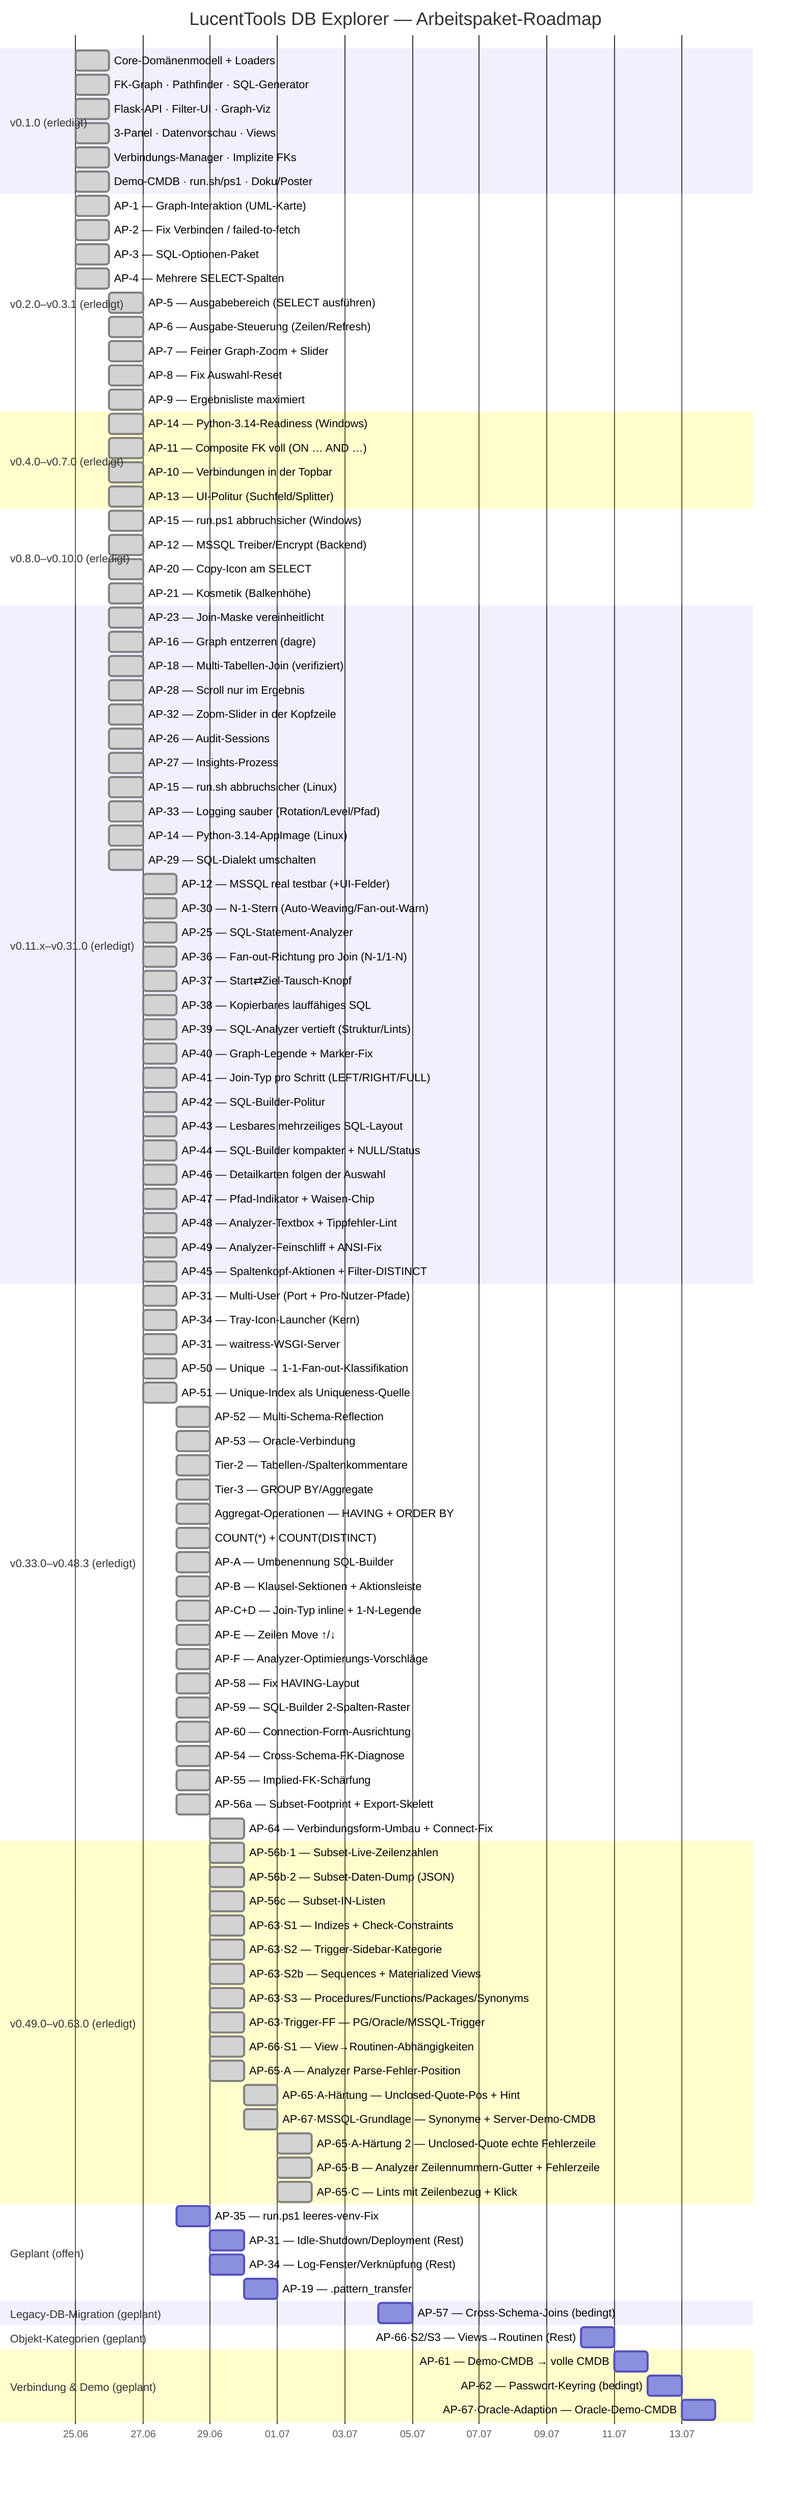
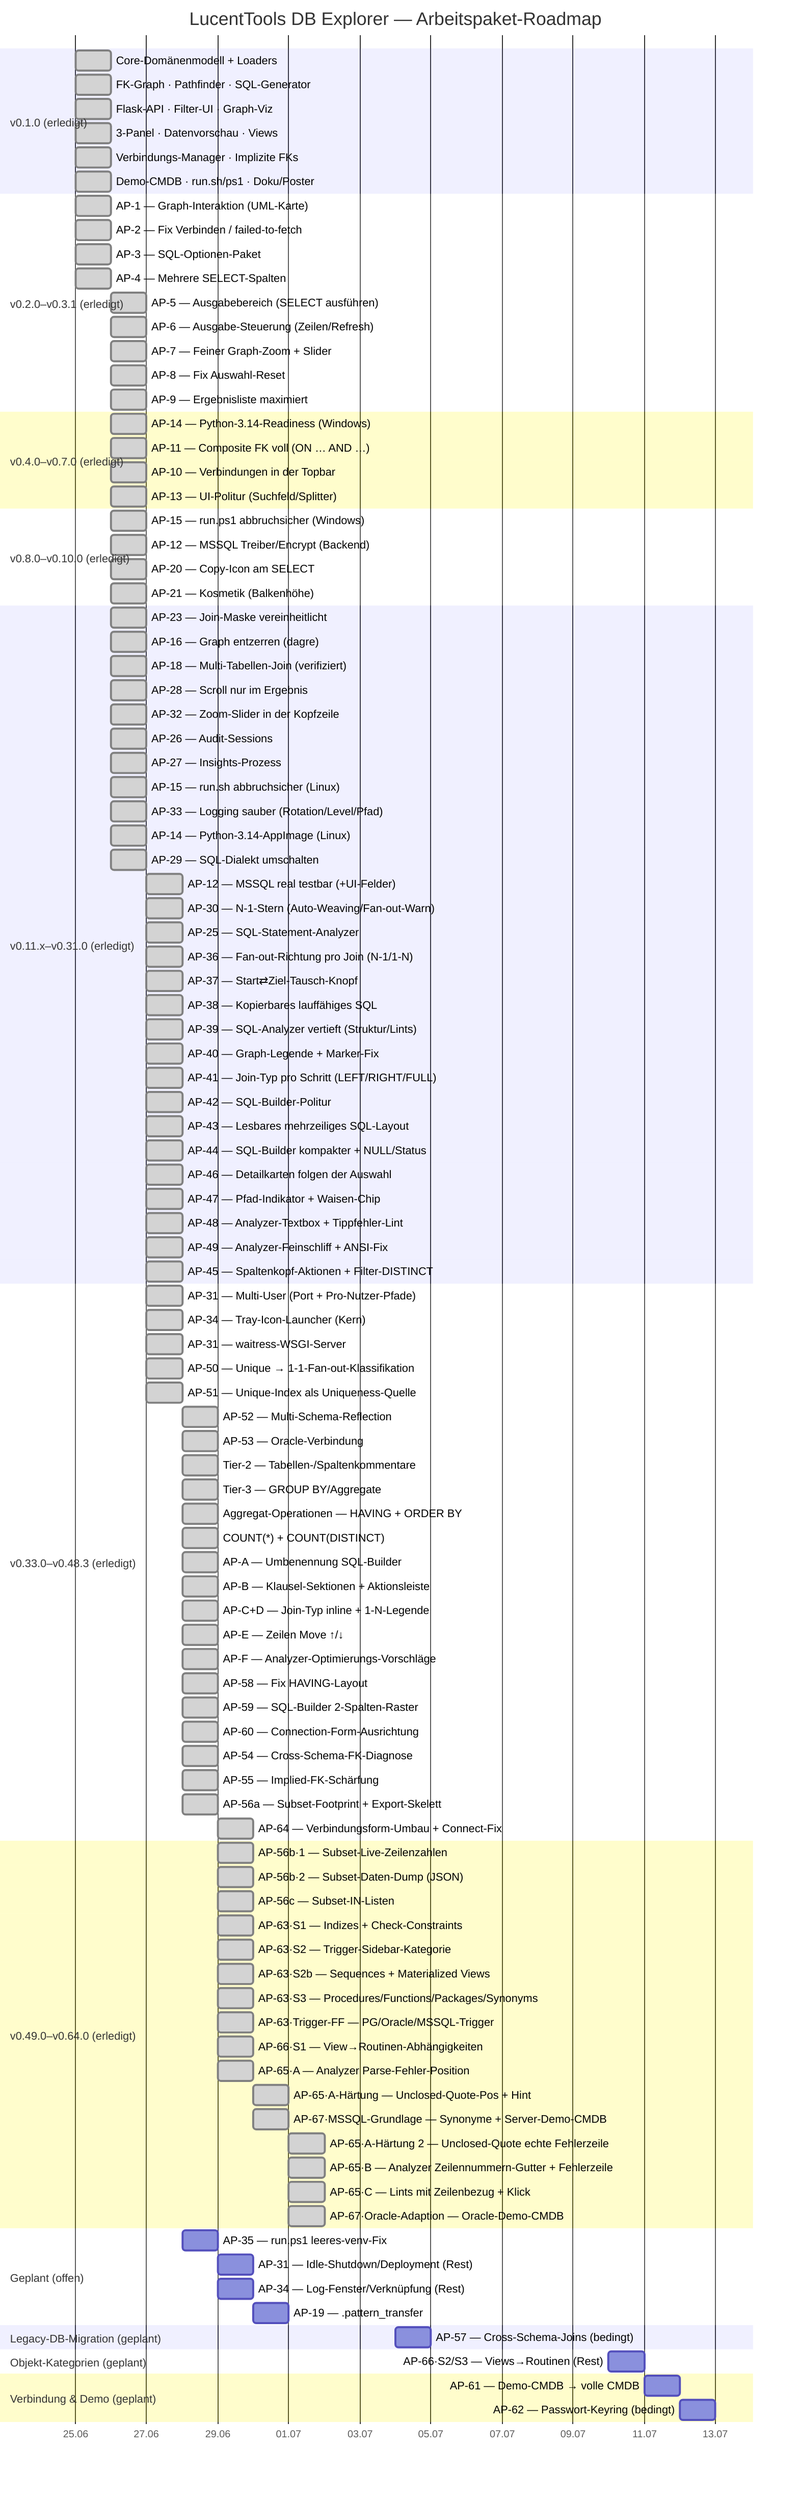
gantt
    title LucentTools DB Explorer — Arbeitspaket-Roadmap
    dateFormat  YYYY-MM-DD
    axisFormat  %d.%m

    section v0.1.0 (erledigt)
    Core-Domänenmodell + Loaders          :done, d1, 2026-06-25, 1d
    FK-Graph · Pathfinder · SQL-Generator :done, d2, 2026-06-25, 1d
    Flask-API · Filter-UI · Graph-Viz     :done, d3, 2026-06-25, 1d
    3-Panel · Datenvorschau · Views       :done, d4, 2026-06-25, 1d
    Verbindungs-Manager · Implizite FKs   :done, d5, 2026-06-25, 1d
    Demo-CMDB · run.sh/ps1 · Doku/Poster  :done, d6, 2026-06-25, 1d

    section v0.2.0–v0.3.1 (erledigt)
    AP-1 — Graph-Interaktion (UML-Karte)        :done, a1, 2026-06-25, 1d
    AP-2 — Fix Verbinden / failed-to-fetch      :done, a2, 2026-06-25, 1d
    AP-3 — SQL-Optionen-Paket                   :done, a3, 2026-06-25, 1d
    AP-4 — Mehrere SELECT-Spalten               :done, a4, 2026-06-25, 1d
    AP-5 — Ausgabebereich (SELECT ausführen)    :done, a5, 2026-06-26, 1d
    AP-6 — Ausgabe-Steuerung (Zeilen/Refresh)   :done, a6, 2026-06-26, 1d
    AP-7 — Feiner Graph-Zoom + Slider           :done, a7, 2026-06-26, 1d
    AP-8 — Fix Auswahl-Reset                    :done, a8, 2026-06-26, 1d
    AP-9 — Ergebnisliste maximiert              :done, a9, 2026-06-26, 1d

    section v0.4.0–v0.7.0 (erledigt)
    AP-14 — Python-3.14-Readiness (Windows)     :done, b1, 2026-06-26, 1d
    AP-11 — Composite FK voll (ON … AND …)      :done, b2, 2026-06-26, 1d
    AP-10 — Verbindungen in der Topbar          :done, b3, 2026-06-26, 1d
    AP-13 — UI-Politur (Suchfeld/Splitter)      :done, b4, 2026-06-26, 1d

    section v0.8.0–v0.10.0 (erledigt)
    AP-15 — run.ps1 abbruchsicher (Windows)     :done, c1, 2026-06-26, 1d
    AP-12 — MSSQL Treiber/Encrypt (Backend)     :done, c2, 2026-06-26, 1d
    AP-20 — Copy-Icon am SELECT                 :done, c3, 2026-06-26, 1d
    AP-21 — Kosmetik (Balkenhöhe)               :done, c4, 2026-06-26, 1d

    section v0.11.x–v0.31.0 (erledigt)
    AP-23 — Join-Maske vereinheitlicht          :done, e1, 2026-06-26, 1d
    AP-16 — Graph entzerren (dagre)             :done, e2, 2026-06-26, 1d
    AP-18 — Multi-Tabellen-Join (verifiziert)   :done, e3, 2026-06-26, 1d
    AP-28 — Scroll nur im Ergebnis              :done, e4, 2026-06-26, 1d
    AP-32 — Zoom-Slider in der Kopfzeile        :done, e5, 2026-06-26, 1d
    AP-26 — Audit-Sessions                      :done, e6, 2026-06-26, 1d
    AP-27 — Insights-Prozess                    :done, e7, 2026-06-26, 1d
    AP-15 — run.sh abbruchsicher (Linux)        :done, e8, 2026-06-26, 1d
    AP-33 — Logging sauber (Rotation/Level/Pfad) :done, e9, 2026-06-26, 1d
    AP-14 — Python-3.14-AppImage (Linux)         :done, e10, 2026-06-26, 1d
    AP-29 — SQL-Dialekt umschalten               :done, e11, 2026-06-26, 1d
    AP-12 — MSSQL real testbar (+UI-Felder)      :done, e12, 2026-06-27, 1d
    AP-30 — N-1-Stern (Auto-Weaving/Fan-out-Warn) :done, e13, 2026-06-27, 1d
    AP-25 — SQL-Statement-Analyzer               :done, e14, 2026-06-27, 1d
    AP-36 — Fan-out-Richtung pro Join (N-1/1-N)  :done, e15, 2026-06-27, 1d
    AP-37 — Start⇄Ziel-Tausch-Knopf              :done, e16, 2026-06-27, 1d
    AP-38 — Kopierbares lauffähiges SQL          :done, e17, 2026-06-27, 1d
    AP-39 — SQL-Analyzer vertieft (Struktur/Lints) :done, e18, 2026-06-27, 1d
    AP-40 — Graph-Legende + Marker-Fix           :done, e19, 2026-06-27, 1d
    AP-41 — Join-Typ pro Schritt (LEFT/RIGHT/FULL) :done, e20, 2026-06-27, 1d
    AP-42 — SQL-Builder-Politur                 :done, e21, 2026-06-27, 1d
    AP-43 — Lesbares mehrzeiliges SQL-Layout      :done, e22, 2026-06-27, 1d
    AP-44 — SQL-Builder kompakter + NULL/Status :done, e23, 2026-06-27, 1d
    AP-46 — Detailkarten folgen der Auswahl       :done, e24, 2026-06-27, 1d
    AP-47 — Pfad-Indikator + Waisen-Chip         :done, e25, 2026-06-27, 1d
    AP-48 — Analyzer-Textbox + Tippfehler-Lint   :done, e26, 2026-06-27, 1d
    AP-49 — Analyzer-Feinschliff + ANSI-Fix       :done, e27, 2026-06-27, 1d
    AP-45 — Spaltenkopf-Aktionen + Filter-DISTINCT :done, e28, 2026-06-27, 1d

    section v0.33.0–v0.48.3 (erledigt)
    AP-31 — Multi-User (Port + Pro-Nutzer-Pfade) :done, f1, 2026-06-27, 1d
    AP-34 — Tray-Icon-Launcher (Kern)            :done, f2, 2026-06-27, 1d
    AP-31 — waitress-WSGI-Server                 :done, f3, 2026-06-27, 1d
    AP-50 — Unique → 1-1-Fan-out-Klassifikation  :done, f4, 2026-06-27, 1d
    AP-51 — Unique-Index als Uniqueness-Quelle   :done, f5, 2026-06-27, 1d
    AP-52 — Multi-Schema-Reflection              :done, f6, 2026-06-28, 1d
    AP-53 — Oracle-Verbindung                    :done, f7, 2026-06-28, 1d
    Tier-2 — Tabellen-/Spaltenkommentare         :done, f8, 2026-06-28, 1d
    Tier-3 — GROUP BY/Aggregate                  :done, f9, 2026-06-28, 1d
    Aggregat-Operationen — HAVING + ORDER BY     :done, f10, 2026-06-28, 1d
    COUNT(*) + COUNT(DISTINCT)                   :done, f11, 2026-06-28, 1d
    AP-A — Umbenennung SQL-Builder               :done, f12, 2026-06-28, 1d
    AP-B — Klausel-Sektionen + Aktionsleiste     :done, f13, 2026-06-28, 1d
    AP-C+D — Join-Typ inline + 1-N-Legende       :done, f14, 2026-06-28, 1d
    AP-E — Zeilen Move ↑/↓                        :done, f15, 2026-06-28, 1d
    AP-F — Analyzer-Optimierungs-Vorschläge      :done, f16, 2026-06-28, 1d
    AP-58 — Fix HAVING-Layout                    :done, f17, 2026-06-28, 1d
    AP-59 — SQL-Builder 2-Spalten-Raster        :done, f18, 2026-06-28, 1d
    AP-60 — Connection-Form-Ausrichtung         :done, f19, 2026-06-28, 1d
    AP-54 — Cross-Schema-FK-Diagnose            :done, f20, 2026-06-28, 1d
    AP-55 — Implied-FK-Schärfung                :done, f21, 2026-06-28, 1d
    AP-56a — Subset-Footprint + Export-Skelett   :done, f22, 2026-06-28, 1d
    AP-64 — Verbindungsform-Umbau + Connect-Fix  :done, f23, 2026-06-29, 1d

-     section v0.49.0–v0.63.0 (erledigt)
+     section v0.49.0–v0.64.0 (erledigt)
    AP-56b·1 — Subset-Live-Zeilenzahlen         :done, f24, 2026-06-29, 1d
    AP-56b·2 — Subset-Daten-Dump (JSON)         :done, f25, 2026-06-29, 1d
    AP-56c — Subset-IN-Listen                   :done, f26, 2026-06-29, 1d
    AP-63·S1 — Indizes + Check-Constraints      :done, f27, 2026-06-29, 1d
    AP-63·S2 — Trigger-Sidebar-Kategorie        :done, f28, 2026-06-29, 1d
    AP-63·S2b — Sequences + Materialized Views  :done, f29, 2026-06-29, 1d
    AP-63·S3 — Procedures/Functions/Packages/Synonyms :done, f30, 2026-06-29, 1d
    AP-63·Trigger-FF — PG/Oracle/MSSQL-Trigger  :done, f31, 2026-06-29, 1d
    AP-66·S1 — View→Routinen-Abhängigkeiten     :done, f32, 2026-06-29, 1d
    AP-65·A — Analyzer Parse-Fehler-Position    :done, f33, 2026-06-29, 1d
    AP-65·A-Härtung — Unclosed-Quote-Pos + Hint :done, f34, 2026-06-30, 1d
    AP-67·MSSQL-Grundlage — Synonyme + Server-Demo-CMDB :done, f35, 2026-06-30, 1d
    AP-65·A-Härtung 2 — Unclosed-Quote echte Fehlerzeile :done, f36, 2026-07-01, 1d
    AP-65·B — Analyzer Zeilennummern-Gutter + Fehlerzeile :done, f37, 2026-07-01, 1d
    AP-65·C — Lints mit Zeilenbezug + Klick :done, f38, 2026-07-01, 1d
+     AP-67·Oracle-Adaption — Oracle-Demo-CMDB :done, f39, 2026-07-01, 1d

    section Geplant (offen)
    AP-35 — run.ps1 leeres-venv-Fix             :p3, 2026-06-28, 1d
    AP-31 — Idle-Shutdown/Deployment (Rest)     :p5, 2026-06-29, 1d
    AP-34 — Log-Fenster/Verknüpfung (Rest)      :p6, 2026-06-29, 1d
    AP-19 — .pattern_transfer                   :p11, 2026-06-30, 1d

    section Legacy-DB-Migration (geplant)
    AP-57 — Cross-Schema-Joins (bedingt)        :p23, 2026-07-04, 1d

    section Objekt-Kategorien (geplant)
    AP-66·S2/S3 — Views→Routinen (Rest)         :p33, 2026-07-10, 1d

    section Analyzer-Tiefe (geplant)

    section Verbindung & Demo (geplant)
    AP-61 — Demo-CMDB → volle CMDB              :p41, 2026-07-11, 1d
    AP-62 — Passwort-Keyring (bedingt)          :p42, 2026-07-12, 1d
-     AP-67·Oracle-Adaption — Oracle-Demo-CMDB    :p43, 2026-07-13, 1d
